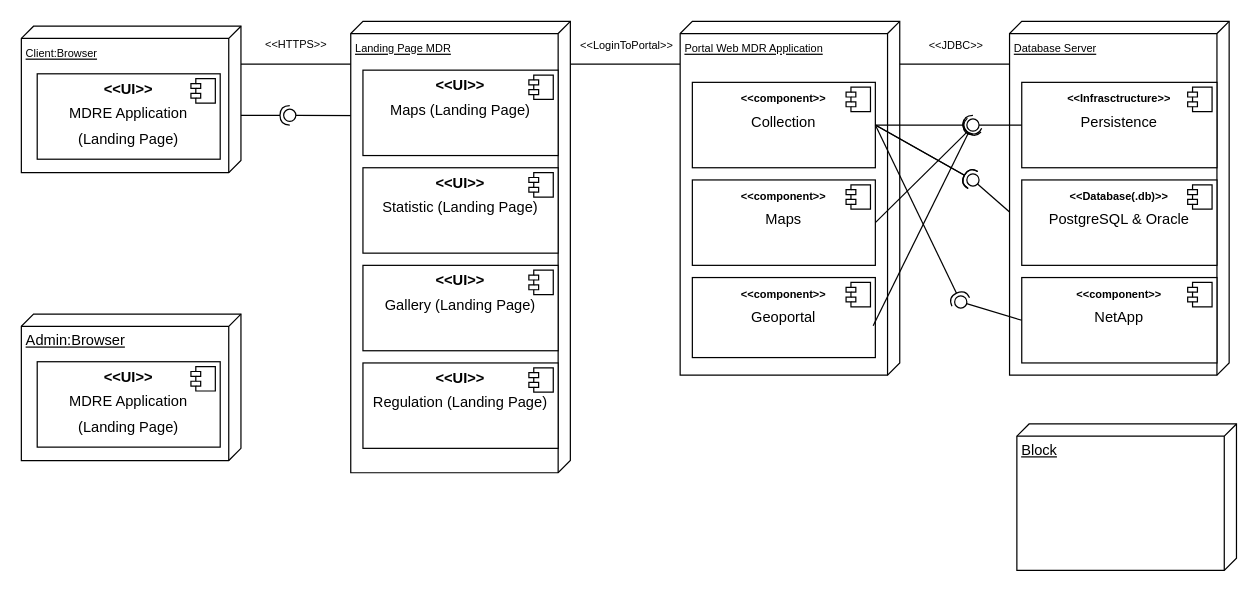
Before: ComponentDiagram.drawio in mrapriansyah34/draw.io, a draw.io diagram. Source tidied: cells renumbered, new cells numbered last; positions are measured from the earlier drawing's top-left corner, leaving out a move shared by most shapes. Both pictures are drawn from the tidied source at 122%, with x=0, y=0 at pixel (21, 21).
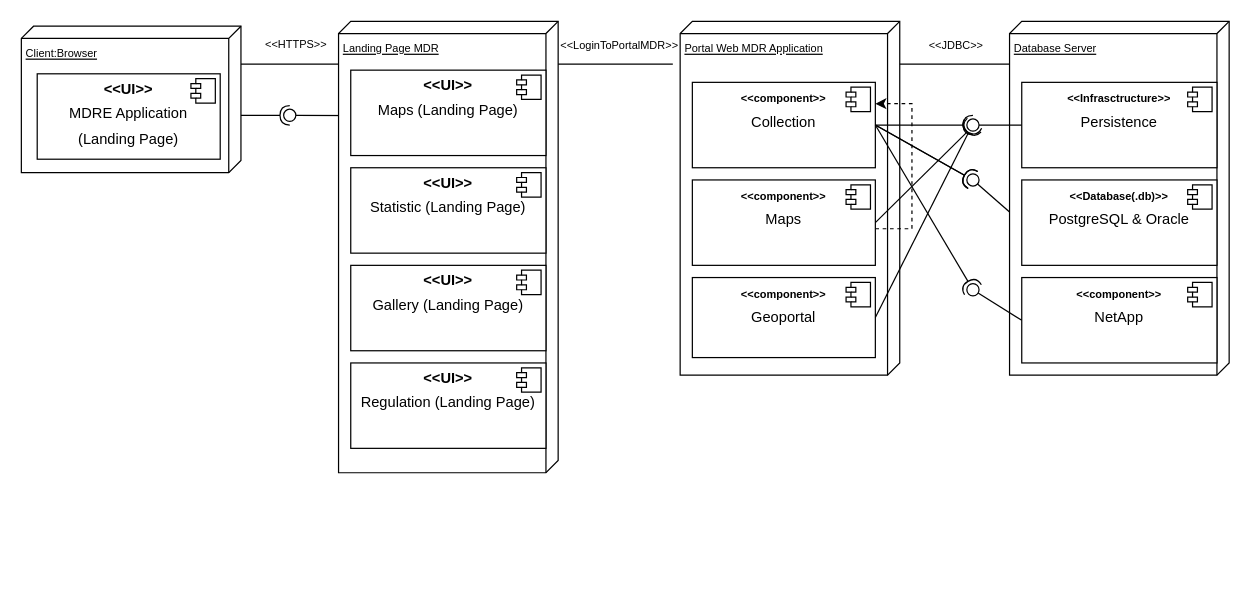
The same diagram, later.

The change refers to these unchanged cells:
```xml
<mxCell id="32" style="group;" parent="1" vertex="1">
  <mxGeometry x="540" width="180" height="290" as="geometry" />
</mxCell>
<mxCell id="34" value="&lt;p style=&quot;margin:0px;margin-top:6px;text-align:center;&quot;&gt;&lt;b&gt;&lt;font style=&quot;font-size: 9px;&quot;&gt;&amp;lt;&amp;lt;component&amp;gt;&amp;gt;&lt;/font&gt;&lt;/b&gt;&lt;/p&gt;&lt;p style=&quot;margin:0px;margin-top:6px;text-align:center;&quot;&gt;&lt;span style=&quot;background-color: initial;&quot;&gt;Collection&lt;/span&gt;&lt;br&gt;&lt;/p&gt;" style="align=left;overflow=fill;html=1;whiteSpace=wrap;" parent="32" vertex="1">
  <mxGeometry x="10" y="50" width="150" height="70" as="geometry" />
</mxCell>
<mxCell id="36" value="&lt;p style=&quot;margin:0px;margin-top:6px;text-align:center;&quot;&gt;&lt;b&gt;&lt;font style=&quot;font-size: 9px;&quot;&gt;&amp;lt;&amp;lt;component&amp;gt;&amp;gt;&lt;/font&gt;&lt;/b&gt;&lt;/p&gt;&lt;p style=&quot;margin:0px;margin-top:6px;text-align:center;&quot;&gt;&lt;span style=&quot;background-color: initial;&quot;&gt;Maps&lt;/span&gt;&lt;br&gt;&lt;/p&gt;" style="align=left;overflow=fill;html=1;whiteSpace=wrap;" parent="32" vertex="1">
  <mxGeometry x="10" y="130" width="150" height="70" as="geometry" />
</mxCell>
<mxCell id="38" value="&lt;p style=&quot;margin:0px;margin-top:6px;text-align:center;&quot;&gt;&lt;b&gt;&lt;font style=&quot;font-size: 9px;&quot;&gt;&amp;lt;&amp;lt;component&amp;gt;&amp;gt;&lt;/font&gt;&lt;/b&gt;&lt;/p&gt;&lt;p style=&quot;margin:0px;margin-top:6px;text-align:center;&quot;&gt;&lt;span style=&quot;background-color: initial;&quot;&gt;Geoportal&lt;/span&gt;&lt;br&gt;&lt;/p&gt;" style="align=left;overflow=fill;html=1;whiteSpace=wrap;" parent="32" vertex="1">
  <mxGeometry x="10" y="210" width="150" height="65.6" as="geometry" />
</mxCell>
<mxCell id="46" value="&lt;p style=&quot;margin:0px;margin-top:6px;text-align:center;&quot;&gt;&lt;b&gt;&lt;font style=&quot;font-size: 9px;&quot;&gt;&amp;lt;&amp;lt;component&amp;gt;&amp;gt;&lt;/font&gt;&lt;/b&gt;&lt;/p&gt;&lt;p style=&quot;margin:0px;margin-top:6px;text-align:center;&quot;&gt;&lt;span style=&quot;background-color: initial;&quot;&gt;NetApp&lt;/span&gt;&lt;br&gt;&lt;/p&gt;" style="align=left;overflow=fill;html=1;whiteSpace=wrap;" parent="40" vertex="1">
  <mxGeometry x="10" y="210" width="160" height="70" as="geometry" />
</mxCell>
```

The edit, as a diff of the source:
```diff
@@
     <mxCell id="6" style="group;" parent="1" vertex="1">
-      <mxGeometry x="420" y="4" width="126" height="31" as="geometry" />
+      <mxGeometry x="414" y="4" width="136" height="31" as="geometry" />
     </mxCell>
@@
-    <mxCell id="8" value="&lt;font style=&quot;font-size: 9px;&quot;&gt;&amp;lt;&amp;lt;LoginToPortal&amp;gt;&amp;gt;&lt;/font&gt;" style="text;html=1;align=center;verticalAlign=middle;strokeColor=none;fillColor=none;" parent="6" vertex="1">
-      <mxGeometry x="26" width="100" height="30" as="geometry" />
+    <mxCell id="8" value="&lt;font style=&quot;font-size: 9px;&quot;&gt;&amp;lt;&amp;lt;LoginToPortalMDR&amp;gt;&amp;gt;&lt;/font&gt;" style="text;html=1;align=center;verticalAlign=middle;strokeColor=none;fillColor=none;" parent="6" vertex="1">
+      <mxGeometry x="16" width="120" height="30" as="geometry" />
     </mxCell>
@@
-    <mxCell id="18" style="group;" parent="1" vertex="1">
-      <mxGeometry y="240" width="180" height="120" as="geometry" />
-    </mxCell>
-    <mxCell id="19" value="Admin:Browser" style="verticalAlign=top;align=left;spacingTop=8;spacingLeft=2;spacingRight=12;shape=cube;size=10;direction=south;fontStyle=4;html=1;whiteSpace=wrap;" parent="18" vertex="1">
-      <mxGeometry width="180" height="120" as="geometry" />
-    </mxCell>
-    <mxCell id="20" value="&lt;p style=&quot;margin:0px;margin-top:6px;text-align:center;&quot;&gt;&lt;b&gt;&amp;lt;&amp;lt;UI&amp;gt;&amp;gt;&lt;/b&gt;&lt;/p&gt;&lt;p style=&quot;margin:0px;margin-top:6px;text-align:center;&quot;&gt;MDRE Application&lt;/p&gt;&lt;p style=&quot;margin:0px;margin-top:6px;text-align:center;&quot;&gt;(Landing Page)&lt;/p&gt;" style="align=left;overflow=fill;html=1;whiteSpace=wrap;" parent="18" vertex="1">
-      <mxGeometry x="13" y="39" width="150" height="70" as="geometry" />
-    </mxCell>
-    <mxCell id="21" style="shape=component;jettyWidth=8;jettyHeight=4;" parent="20" vertex="1">
-      <mxGeometry x="1" width="20" height="20" relative="1" as="geometry">
-        <mxPoint x="-24" y="4" as="offset" />
-      </mxGeometry>
-    </mxCell>
     <mxCell id="22" style="group;" parent="1" vertex="1">
-      <mxGeometry x="270" width="180" height="370" as="geometry" />
+      <mxGeometry x="260" width="180" height="370" as="geometry" />
     </mxCell>
@@
+    <mxCell id="59" style="edgeStyle=orthogonalEdgeStyle;rounded=0;jettySize=auto;html=1;entryX=1;entryY=0.25;entryDx=0;entryDy=0;dashed=1;" parent="32" edge="1" source="36" target="34">
+      <mxGeometry relative="1" as="geometry">
+        <Array as="points">
+          <mxPoint x="190" y="170" />
+          <mxPoint x="190" y="68" />
+        </Array>
+      </mxGeometry>
+    </mxCell>
@@
-    <mxCell id="48" value="Block" style="verticalAlign=top;align=left;spacingTop=8;spacingLeft=2;spacingRight=12;shape=cube;size=10;direction=south;fontStyle=4;html=1;whiteSpace=wrap;" parent="1" vertex="1">
-      <mxGeometry x="816" y="330" width="180" height="120" as="geometry" />
-    </mxCell>
@@
-    <mxCell id="56" style="rounded=0;jettySize=auto;html=1;endArrow=halfCircle;endFill=0;endSize=6;strokeWidth=1;sketch=0;fontSize=12;curved=1;exitX=0.988;exitY=0.601;exitDx=0;exitDy=0;exitPerimeter=0;" parent="1" edge="1" source="38">
+    <mxCell id="56" style="rounded=0;jettySize=auto;html=1;endArrow=halfCircle;endFill=0;endSize=6;strokeWidth=1;sketch=0;fontSize=12;curved=1;exitX=1;exitY=0.5;exitDx=0;exitDy=0;" parent="1" edge="1" source="38">
       <mxGeometry relative="1" as="geometry">
         <mxPoint x="780" y="84" as="targetPoint" />
       </mxGeometry>
     </mxCell>
     <mxCell id="57" style="rounded=0;jettySize=auto;html=1;endArrow=halfCircle;endFill=0;endSize=6;strokeWidth=1;sketch=0;fontSize=12;curved=1;exitX=1;exitY=0.5;exitDx=0;exitDy=0;" parent="1" edge="1" source="34">
       <mxGeometry relative="1" as="geometry">
-        <mxPoint x="770" y="230" as="targetPoint" />
+        <mxPoint x="780" y="220" as="targetPoint" />
       </mxGeometry>
     </mxCell>
     <mxCell id="58" style="rounded=0;jettySize=auto;html=1;endArrow=oval;endFill=0;sketch=0;sourcePerimeterSpacing=0;targetPerimeterSpacing=0;endSize=10;exitX=0;exitY=0.5;exitDx=0;exitDy=0;" parent="1" edge="1" source="46">
       <mxGeometry relative="1" as="geometry">
-        <mxPoint x="770" y="230" as="targetPoint" />
+        <mxPoint x="780" y="220" as="targetPoint" />
       </mxGeometry>
     </mxCell>
```
